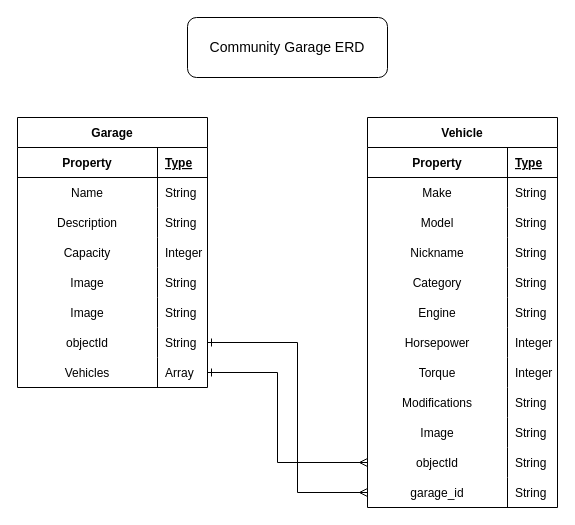
d-lewis9442/communityGarage keeps this draw.io diagram as communityGarage.drawio. Above is the earlier version. Source tidied: cells renumbered, new cells numbered last; positions are measured from the earlier drawing's top-left corner, leaving out a move shared by most shapes. Both pictures are drawn from the tidied source at 100%, with x=0, y=0 at pixel (17, 17).
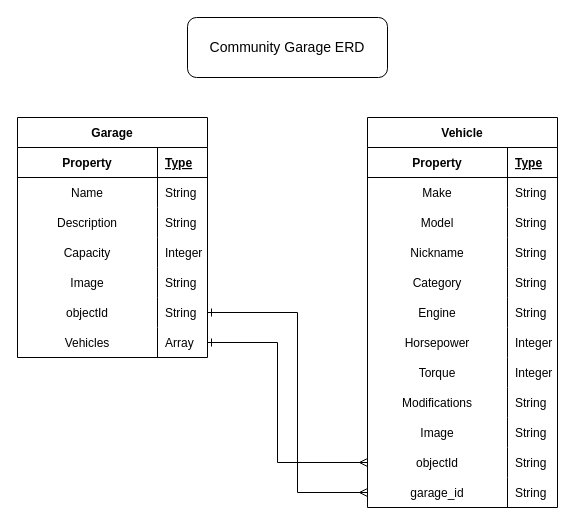
The same page after the edit.

Change to the diagram source:
```diff
@@
     <mxCell id="2" value="Garage" style="shape=table;startSize=30;childLayout=tableLayout;rowLines=0;fontStyle=1;align=center;" parent="1" vertex="1">
-      <mxGeometry y="100" width="190" height="270" as="geometry" />
+      <mxGeometry y="100" width="190" height="240" as="geometry" />
     </mxCell>
@@
-    <mxCell id="18" style="shape=tableRow;horizontal=0;startSize=0;swimlaneHead=0;swimlaneBody=0;fillColor=none;top=0;left=0;right=0;bottom=0;" parent="2" vertex="1">
-      <mxGeometry y="180" width="190" height="30" as="geometry" />
-    </mxCell>
-    <mxCell id="19" value="Image" style="shape=partialRectangle;fillColor=none;top=0;left=0;bottom=0;right=0;overflow=hidden;" parent="18" vertex="1">
-      <mxGeometry width="140" height="30" as="geometry" />
-    </mxCell>
-    <mxCell id="20" value="String" style="shape=partialRectangle;fillColor=none;top=0;left=0;bottom=0;right=0;align=left;spacingLeft=6;overflow=hidden;" parent="18" vertex="1">
-      <mxGeometry x="140" width="50" height="30" as="geometry" />
-    </mxCell>
     <mxCell id="21" style="shape=tableRow;horizontal=0;startSize=0;swimlaneHead=0;swimlaneBody=0;fillColor=none;points=[[0,0.5],[1,0.5]];portConstraint=eastwest;top=0;left=0;right=0;bottom=0;" parent="2" vertex="1">
-      <mxGeometry y="210" width="190" height="30" as="geometry" />
+      <mxGeometry y="180" width="190" height="30" as="geometry" />
     </mxCell>
@@
     <mxCell id="24" style="shape=tableRow;horizontal=0;startSize=0;swimlaneHead=0;swimlaneBody=0;fillColor=none;points=[[0,0.5],[1,0.5]];portConstraint=eastwest;top=0;left=0;right=0;bottom=0;" parent="2" vertex="1">
-      <mxGeometry y="240" width="190" height="30" as="geometry" />
+      <mxGeometry y="210" width="190" height="30" as="geometry" />
     </mxCell>
```
